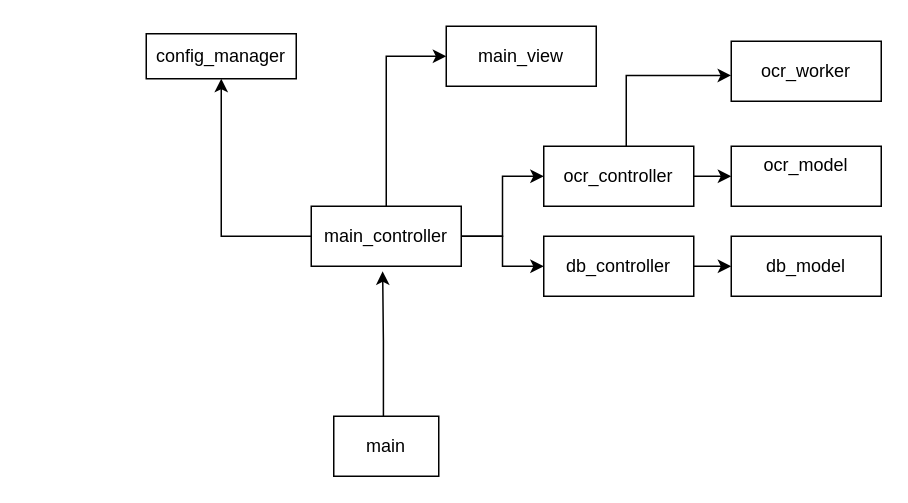
Before: Untitled Diagram.drawio in pavelgrigoriev/OcrReacall, a draw.io diagram. Source tidied: cells renumbered, new cells numbered last; positions are measured from the earlier drawing's top-left corner, leaving out a move shared by most shapes. Both pictures are drawn from the tidied source at 150%, with x=0, y=0 at pixel (146, 26).
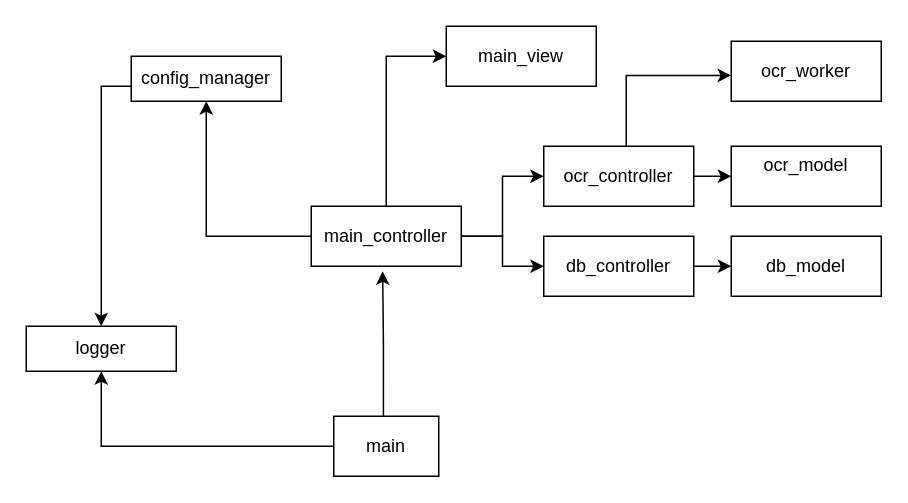
Above is the later version.

The change refers to these unchanged cells:
```xml
<mxCell id="2" value="main" style="rounded=0;whiteSpace=wrap;html=1;" parent="1" vertex="1">
  <mxGeometry x="125" y="260" width="70" height="40" as="geometry" />
</mxCell>
```

Change to the diagram source:
```diff
@@
+    <mxCell id="19" style="edgeStyle=orthogonalEdgeStyle;rounded=0;jettySize=auto;html=1;entryX=0.5;entryY=1;entryDx=0;entryDy=0;" parent="1" edge="1" source="2" target="21">
+      <mxGeometry relative="1" as="geometry" />
+    </mxCell>
@@
+    <mxCell id="20" style="edgeStyle=orthogonalEdgeStyle;rounded=0;jettySize=auto;html=1;entryX=0.5;entryY=0;entryDx=0;entryDy=0;" parent="1" edge="1" source="18" target="21">
+      <mxGeometry relative="1" as="geometry">
+        <Array as="points">
+          <mxPoint x="-30" y="40" />
+        </Array>
+      </mxGeometry>
+    </mxCell>
     <mxCell id="18" value="&lt;span style=&quot;text-align: left;&quot;&gt;config_manager&lt;/span&gt;" style="rounded=0;whiteSpace=wrap;html=1;" parent="1" vertex="1">
-      <mxGeometry y="5" width="100" height="30" as="geometry" />
+      <mxGeometry x="-10" y="20" width="100" height="30" as="geometry" />
     </mxCell>
+    <mxCell id="21" value="&lt;span style=&quot;text-align: left;&quot;&gt;logger&lt;/span&gt;" style="rounded=0;whiteSpace=wrap;html=1;" parent="1" vertex="1">
+      <mxGeometry x="-80" y="200" width="100" height="30" as="geometry" />
+    </mxCell>
```
